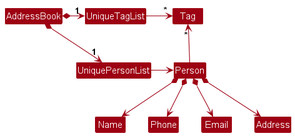
The PlantUML diagram docs/images/BetterModelClassDiagram.png in nus-cs2103-AY2425S1/tp, before a commit.
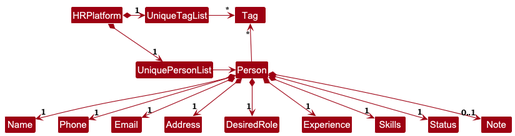
After the change.

Commit message:
Update model section of developer guide

Diff of the diagram source:
```diff
@@ -4,8 +4,8 @@
 skinparam arrowColor MODEL_COLOR
 skinparam classBackgroundColor MODEL_COLOR
 
-AddressBook *-right-> "1" UniquePersonList
-AddressBook *-right-> "1" UniqueTagList
+HRPlatform *-right-> "1" UniquePersonList
+HRPlatform *-right-> "1" UniqueTagList
 UniqueTagList -[hidden]down- UniquePersonList
 UniqueTagList -[hidden]down- UniquePersonList
 
@@ -14,8 +14,13 @@
 
 Person -up-> "*" Tag
 
-Person *--> Name
-Person *--> Phone
-Person *--> Email
-Person *--> Address
+Person *--> "1" Name
+Person *--> "1" Phone
+Person *--> "1" Email
+Person *--> "1" Address
+Person *--> "1" DesiredRole
+Person *--> "1" Experience
+Person *--> "1" Skills
+Person *--> "1" Status
+Person *--> "0..1" Note
 @enduml
```
